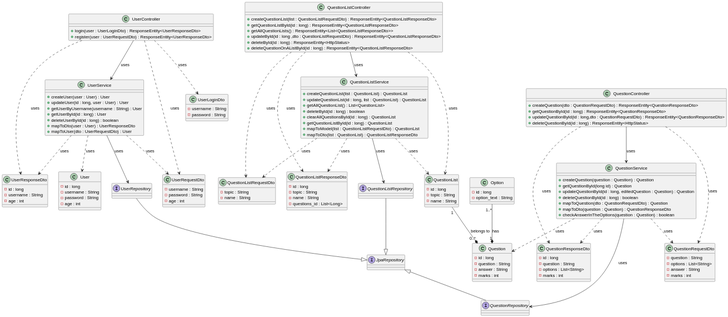
Poorna-Raj/quiz-manager keeps this PlantUML diagram as docs/uml/class.svg. Above is the earlier version.
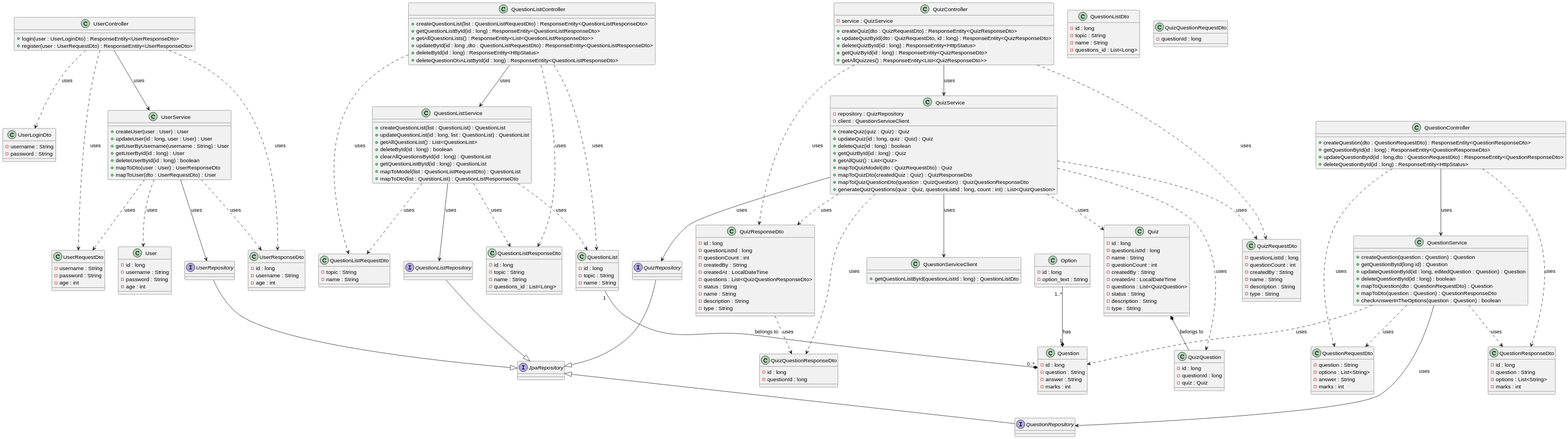
Later version of the same file.

Commit message:
update the class diagram

Change to the diagram source:
```diff
@@ -170,4 +170,112 @@
 QuestionListController ..> QuestionList : uses
 QuestionListController ..> QuestionListRequestDto : uses
 QuestionListController ..> QuestionListResponseDto : uses
+
+class Quiz{
+    - id : long
+    - questionListId : long
+    - name : String
+    - questionCount : int
+    - createdBy : String
+    - createdAt : LocalDateTime
+    - questions : List<QuizQuestion>
+    - status : String
+    - description : String
+    - type : String
+}
+
+class QuestionListDto{
+    - id : long
+    - topic : String
+    - name : String
+    - questions_id : List<Long>
+}
+
+class QuizQuestion{
+    - id : long
+    - questionId : long
+    - quiz : Quiz
+}
+
+Quiz *-- QuizQuestion : belongs to
+
+class QuizQuestionRequestDto{
+    - questionId : long
+}
+
+class QuizQuestionResponseDto{
+    - id : long
+    - questionId : long
+}
+
+interface QuizRepository{}
+
+QuizRepository --|> JpaRepository
+
+class QuizRequestDto{
+    - questionListId : long
+    - questionCount : int
+    - createdBy : String
+    - name : String
+    - description : String
+    - type : String
+}
+
+class QuizResponseDto{
+    - id : long
+    - questionListId : long
+    - questionCount : int
+    - createdBy : String
+    - createdAt : LocalDateTime
+    - questions : List<QuizQuestionResponseDto>
+    - status : String
+    - name : String
+    - description : String
+    - type : String
+}
+
+QuizResponseDto ..> QuizQuestionResponseDto : uses
+
+class QuizService{
+    - repository : QuizRepository
+    - client : QuestionServiceClient
+
+    + createQuiz(quiz : Quiz) : Quiz
+    + updateQuiz(id : long, quiz : Quiz) : Quiz
+    + deleteQuiz(id : long) : boolean
+    + getQuizById(id : long) : Quiz
+    + getAllQuiz() : List<Quiz>
+    + mapToQuizModel(dto : QuizRequestDto) : Quiz
+    + mapToQuizDto(createdQuiz : Quiz) : QuizResponseDto
+    + mapToQuizQuestionDto(question : QuizQuestion) : QuizQuestionResponseDto
+    + generateQuizQuestions(quiz : Quiz, questionListId : long, count : int) : List<QuizQuestion>
+}
+
+QuizService ..> Quiz : uses
+QuizService ..> QuizResponseDto : uses
+QuizService ..> QuizRequestDto : uses
+QuizService ..> QuizQuestion : uses
+QuizService ..> QuizQuestionResponseDto : uses
+
+class QuestionServiceClient{
+    + getQuestionListById(questionListId : long) : QuestionListDto
+}
+
+QuizService --> QuestionServiceClient : uses
+
+QuizService --> QuizRepository : uses
+
+class QuizController{
+    - service : QuizService
+
+    + createQuiz(dto : QuizRequestDto) : ResponseEntity<QuizResponseDto>
+    + updateQuizById(dto : QuizRequestDto, id : long) : ResponseEntity<QuizResponseDto>
+    + deleteQuizById(id : long) : ResponseEntity<HttpStatus>
+    + getQuizById(id : long) : ResponseEntity<QuizResponseDto>
+    + getAllQuizzes() : ResponseEntity<List<QuizResponseDto>>
+}
+
+QuizController --> QuizService : uses
+QuizController ..> QuizRequestDto : uses
+QuizController ..> QuizResponseDto : uses
 @enduml
```
